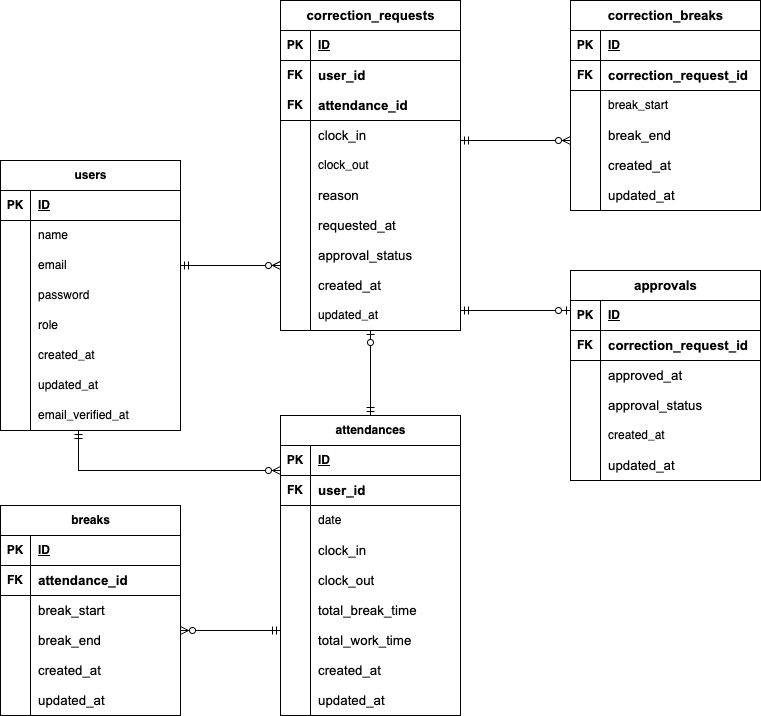
Before: attendance.png, a diagram exported from draw.io (ri0921/attendance). Source tidied: cells renumbered, new cells last; positions are measured from the earlier drawing's top-left corner, leaving out a move shared by most shapes.
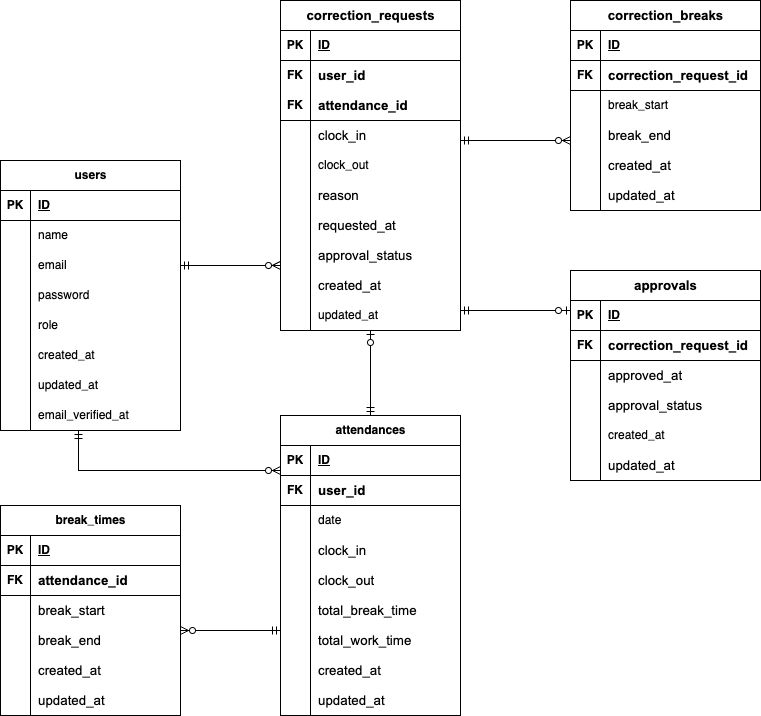
The same diagram one commit later.

The edit, as a diff of the source:
```diff
@@ -161,7 +161,7 @@
     <mxCell id="54" value="&lt;meta charset=&quot;utf-8&quot;&gt;&lt;span style=&quot;font-size:10pt;font-family:Arial;font-style:normal;&quot;&gt;updated_at&lt;/span&gt;" style="shape=partialRectangle;fillColor=none;top=0;left=0;bottom=0;right=0;align=left;spacingLeft=6;overflow=hidden;whiteSpace=wrap;html=1;" parent="52" vertex="1">
       <mxGeometry x="30" width="150" height="30" as="geometry" />
     </mxCell>
-    <mxCell id="55" value="breaks" style="shape=table;startSize=30;rowLines=0;fontStyle=1;align=center;html=1;" parent="1" vertex="1">
+    <mxCell id="55" value="break_times" style="shape=table;startSize=30;rowLines=0;fontStyle=1;align=center;html=1;" parent="1" vertex="1">
       <mxGeometry y="505" width="180" height="210" as="geometry" />
     </mxCell>
     <mxCell id="56" style="shape=tableRow;horizontal=0;startSize=0;swimlaneHead=0;swimlaneBody=0;fillColor=none;top=0;left=0;right=0;bottom=1;" parent="55" vertex="1">
```
